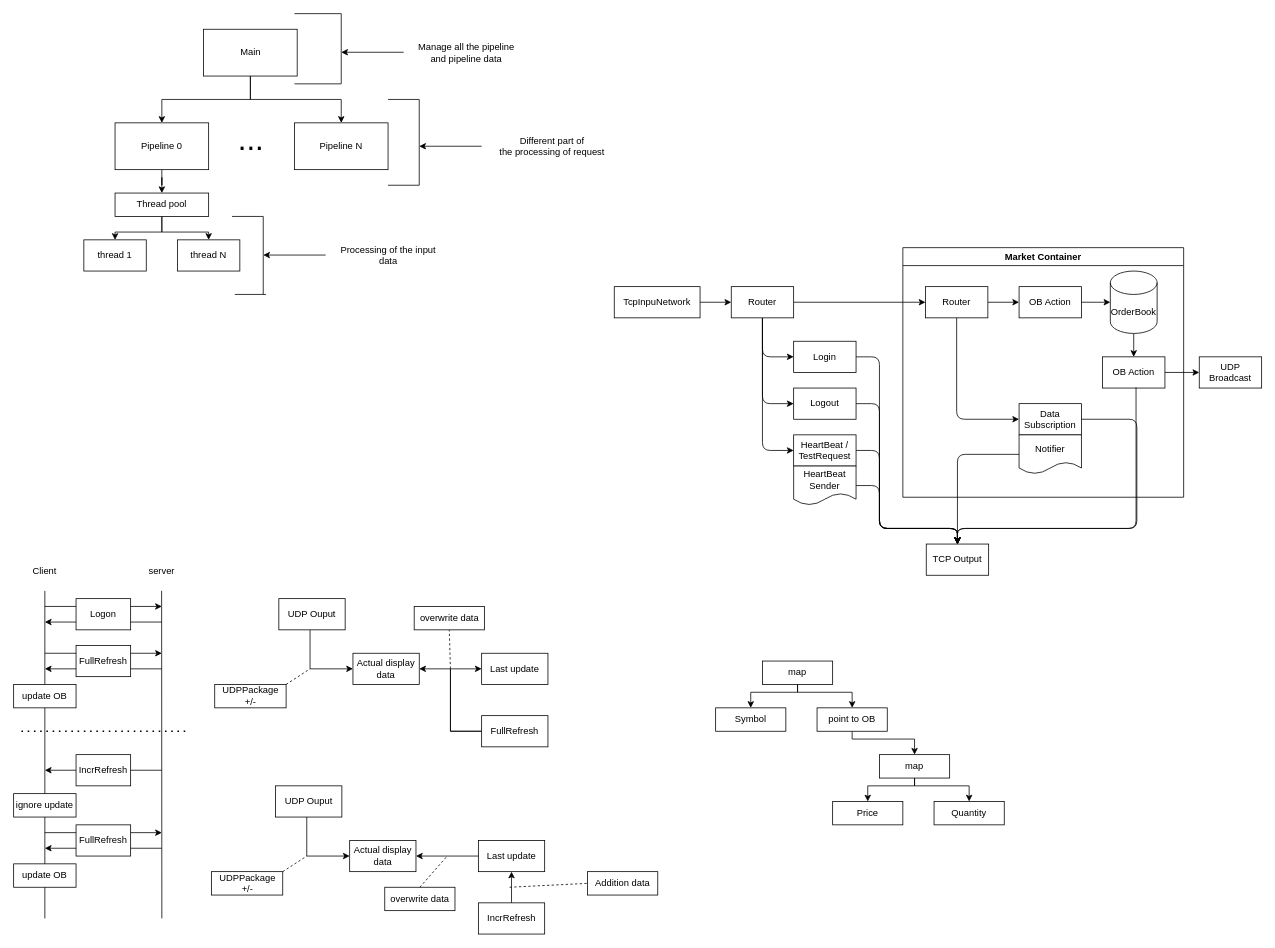
DipStax/FIX4.2-protocol keeps this draw.io diagram as page "Server Archi" (1 of 3) of schema.drawio. Above is the earlier version. Source tidied: cells renumbered, new cells numbered last; positions are measured from the earlier drawing's top-left corner, leaving out a move shared by most shapes. Both pictures are drawn from the tidied source at 78%, with x=0, y=0 at pixel (13, 13).
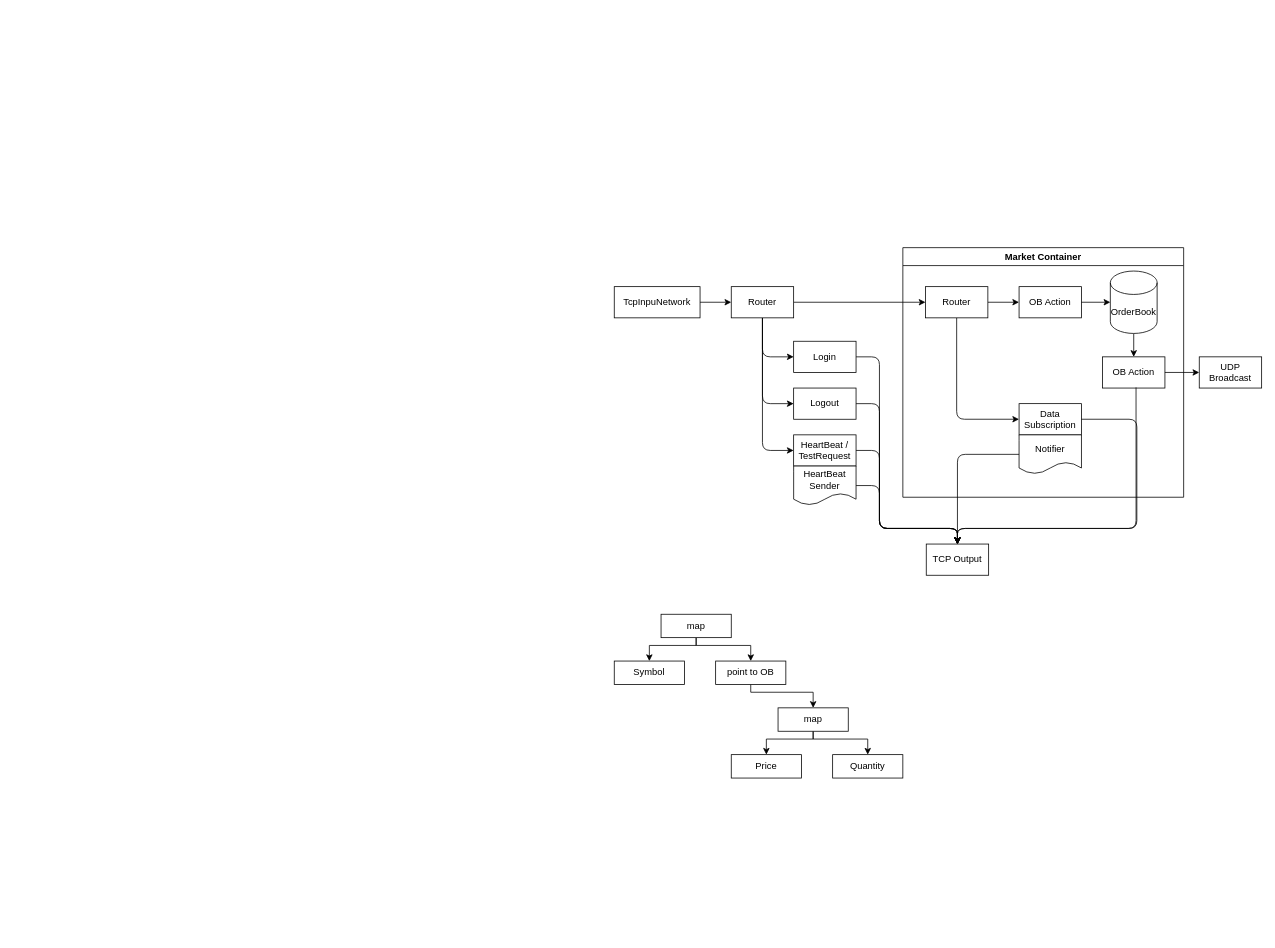
The same page after the edit.

What changed in the source:
```diff
@@
-    <mxCell id="2" style="edgeStyle=orthogonalEdgeStyle;rounded=0;jettySize=auto;html=1;entryX=0.5;entryY=0;entryDx=0;entryDy=0;" parent="1" edge="1" source="4" target="6">
-      <mxGeometry relative="1" as="geometry" />
-    </mxCell>
-    <mxCell id="3" style="edgeStyle=orthogonalEdgeStyle;rounded=0;jettySize=auto;html=1;entryX=0.5;entryY=0;entryDx=0;entryDy=0;" parent="1" edge="1" source="4" target="7">
-      <mxGeometry relative="1" as="geometry" />
-    </mxCell>
-    <mxCell id="4" value="Main" style="rounded=0;whiteSpace=wrap;html=1;" parent="1" vertex="1">
-      <mxGeometry x="243.5" y="20" width="120" height="60" as="geometry" />
-    </mxCell>
-    <mxCell id="5" style="edgeStyle=orthogonalEdgeStyle;rounded=0;jettySize=auto;html=1;entryX=0.5;entryY=0;entryDx=0;entryDy=0;" parent="1" edge="1" source="6" target="11">
-      <mxGeometry relative="1" as="geometry" />
-    </mxCell>
-    <mxCell id="6" value="Pipeline 0" style="rounded=0;whiteSpace=wrap;html=1;" parent="1" vertex="1">
-      <mxGeometry x="130" y="140" width="120" height="60" as="geometry" />
-    </mxCell>
-    <mxCell id="7" value="Pipeline N" style="rounded=0;whiteSpace=wrap;html=1;" parent="1" vertex="1">
-      <mxGeometry x="360" y="140" width="120" height="60" as="geometry" />
-    </mxCell>
-    <mxCell id="8" value="&lt;font style=&quot;font-size: 40px;&quot;&gt;...&lt;/font&gt;" style="text;html=1;align=center;verticalAlign=middle;strokeColor=none;fillColor=none;" parent="1" vertex="1">
-      <mxGeometry x="273.5" y="130" width="60" height="60" as="geometry" />
-    </mxCell>
-    <mxCell id="9" style="edgeStyle=orthogonalEdgeStyle;rounded=0;jettySize=auto;html=1;entryX=0.5;entryY=0;entryDx=0;entryDy=0;" parent="1" edge="1" source="11" target="12">
-      <mxGeometry relative="1" as="geometry" />
-    </mxCell>
-    <mxCell id="10" style="edgeStyle=orthogonalEdgeStyle;rounded=0;jettySize=auto;html=1;entryX=0.5;entryY=0;entryDx=0;entryDy=0;" parent="1" edge="1" source="11" target="13">
-      <mxGeometry relative="1" as="geometry" />
-    </mxCell>
-    <mxCell id="11" value="Thread pool" style="rounded=0;whiteSpace=wrap;html=1;" parent="1" vertex="1">
-      <mxGeometry x="130" y="230" width="120" height="30" as="geometry" />
-    </mxCell>
-    <mxCell id="12" value="thread 1" style="rounded=0;whiteSpace=wrap;html=1;" parent="1" vertex="1">
-      <mxGeometry x="90" y="290" width="80" height="40" as="geometry" />
-    </mxCell>
-    <mxCell id="13" value="thread N" style="rounded=0;whiteSpace=wrap;html=1;" parent="1" vertex="1">
-      <mxGeometry x="210" y="290" width="80" height="40" as="geometry" />
-    </mxCell>
-    <mxCell id="14" style="endArrow=classic;html=1;rounded=0;" parent="1" edge="1">
-      <mxGeometry relative="1" as="geometry">
-        <mxPoint x="600" y="170" as="sourcePoint" />
-        <mxPoint x="520" y="170" as="targetPoint" />
-      </mxGeometry>
-    </mxCell>
-    <mxCell id="15" style="endArrow=none;html=1;rounded=0;" parent="1" edge="1">
-      <mxGeometry relative="1" as="geometry">
-        <mxPoint x="520" y="220" as="sourcePoint" />
-        <mxPoint x="520" y="110" as="targetPoint" />
-      </mxGeometry>
-    </mxCell>
-    <mxCell id="16" style="endArrow=none;html=1;rounded=0;" parent="1" edge="1">
-      <mxGeometry relative="1" as="geometry">
-        <mxPoint x="480" y="110" as="sourcePoint" />
-        <mxPoint x="520" y="110" as="targetPoint" />
-      </mxGeometry>
-    </mxCell>
-    <mxCell id="17" value="Different part of &lt;br&gt;the processing of request" style="text;html=1;align=center;verticalAlign=middle;strokeColor=none;fillColor=none;" parent="1" vertex="1">
-      <mxGeometry x="610" y="150" width="160" height="40" as="geometry" />
-    </mxCell>
-    <mxCell id="18" style="endArrow=none;html=1;rounded=0;" parent="1" edge="1">
-      <mxGeometry relative="1" as="geometry">
-        <mxPoint x="280" y="260" as="sourcePoint" />
-        <mxPoint x="320" y="260" as="targetPoint" />
-      </mxGeometry>
-    </mxCell>
-    <mxCell id="19" style="endArrow=none;html=1;rounded=0;" parent="1" edge="1">
-      <mxGeometry relative="1" as="geometry">
-        <mxPoint x="320" y="360" as="sourcePoint" />
-        <mxPoint x="320" y="260" as="targetPoint" />
-      </mxGeometry>
-    </mxCell>
-    <mxCell id="20" style="endArrow=classic;html=1;rounded=0;" parent="1" edge="1">
-      <mxGeometry relative="1" as="geometry">
-        <mxPoint x="400" y="309.5" as="sourcePoint" />
-        <mxPoint x="320" y="309.5" as="targetPoint" />
-      </mxGeometry>
-    </mxCell>
-    <mxCell id="21" value="Processing of the input&lt;br&gt;data" style="text;html=1;align=center;verticalAlign=middle;strokeColor=none;fillColor=none;" parent="1" vertex="1">
-      <mxGeometry x="405" y="290" width="150" height="40" as="geometry" />
-    </mxCell>
-    <mxCell id="22" style="endArrow=none;html=1;rounded=0;" parent="1" edge="1">
-      <mxGeometry relative="1" as="geometry">
-        <mxPoint x="480" y="220" as="sourcePoint" />
-        <mxPoint x="520" y="220" as="targetPoint" />
-      </mxGeometry>
-    </mxCell>
-    <mxCell id="23" style="endArrow=none;html=1;rounded=0;" parent="1" edge="1">
-      <mxGeometry relative="1" as="geometry">
-        <mxPoint x="360" y="90" as="sourcePoint" />
-        <mxPoint x="420" y="90" as="targetPoint" />
-      </mxGeometry>
-    </mxCell>
-    <mxCell id="24" style="endArrow=none;html=1;rounded=0;" parent="1" edge="1">
-      <mxGeometry relative="1" as="geometry">
-        <mxPoint x="360" as="sourcePoint" />
-        <mxPoint x="420" as="targetPoint" />
-      </mxGeometry>
-    </mxCell>
-    <mxCell id="25" style="endArrow=none;html=1;rounded=0;" parent="1" edge="1">
-      <mxGeometry relative="1" as="geometry">
-        <mxPoint x="420" as="sourcePoint" />
-        <mxPoint x="420" y="90" as="targetPoint" />
-      </mxGeometry>
-    </mxCell>
-    <mxCell id="26" style="endArrow=classic;html=1;rounded=0;" parent="1" edge="1">
-      <mxGeometry relative="1" as="geometry">
-        <mxPoint x="500" y="49.5" as="sourcePoint" />
-        <mxPoint x="420" y="49.5" as="targetPoint" />
-      </mxGeometry>
-    </mxCell>
-    <mxCell id="27" value="Manage all the pipeline&lt;br&gt;and pipeline data" style="text;html=1;align=center;verticalAlign=middle;strokeColor=none;fillColor=none;" parent="1" vertex="1">
-      <mxGeometry x="505" y="30" width="150" height="40" as="geometry" />
-    </mxCell>
-    <mxCell id="28" style="endArrow=none;html=1;rounded=0;" parent="1" edge="1">
-      <mxGeometry relative="1" as="geometry">
-        <mxPoint x="283.5" y="360" as="sourcePoint" />
-        <mxPoint x="323.5" y="360" as="targetPoint" />
-      </mxGeometry>
-    </mxCell>
-    <mxCell id="29" style="endArrow=none;html=1;rounded=0;" parent="1" edge="1">
-      <mxGeometry relative="1" as="geometry">
-        <mxPoint x="40" y="740" as="sourcePoint" />
-        <mxPoint x="40" y="1160" as="targetPoint" />
-      </mxGeometry>
-    </mxCell>
-    <mxCell id="30" style="endArrow=none;html=1;rounded=0;" parent="1" edge="1">
-      <mxGeometry relative="1" as="geometry">
-        <mxPoint x="189.7" y="740" as="sourcePoint" />
-        <mxPoint x="190" y="1160" as="targetPoint" />
-      </mxGeometry>
-    </mxCell>
-    <mxCell id="31" style="endArrow=classic;html=1;rounded=0;" parent="1" edge="1">
-      <mxGeometry relative="1" as="geometry">
-        <mxPoint x="40" y="760" as="sourcePoint" />
-        <mxPoint x="190" y="760" as="targetPoint" />
-      </mxGeometry>
-    </mxCell>
-    <mxCell id="32" style="endArrow=classic;html=1;rounded=0;" parent="1" edge="1">
-      <mxGeometry relative="1" as="geometry">
-        <mxPoint x="190" y="780" as="sourcePoint" />
-        <mxPoint x="40" y="780" as="targetPoint" />
-      </mxGeometry>
-    </mxCell>
-    <mxCell id="33" value="Logon" style="rounded=0;whiteSpace=wrap;html=1;" parent="1" vertex="1">
-      <mxGeometry x="80" y="750" width="70" height="40" as="geometry" />
-    </mxCell>
-    <mxCell id="34" style="endArrow=classic;html=1;rounded=0;" parent="1" edge="1">
-      <mxGeometry relative="1" as="geometry">
-        <mxPoint x="40" y="1050" as="sourcePoint" />
-        <mxPoint x="190" y="1050" as="targetPoint" />
-      </mxGeometry>
-    </mxCell>
-    <mxCell id="35" style="endArrow=classic;html=1;rounded=0;" parent="1" edge="1">
-      <mxGeometry relative="1" as="geometry">
-        <mxPoint x="190" y="1070" as="sourcePoint" />
-        <mxPoint x="40" y="1070" as="targetPoint" />
-      </mxGeometry>
-    </mxCell>
-    <mxCell id="36" value="FullRefresh" style="rounded=0;whiteSpace=wrap;html=1;" parent="1" vertex="1">
-      <mxGeometry x="80" y="1040" width="70" height="40" as="geometry" />
-    </mxCell>
-    <mxCell id="37" style="endArrow=classic;html=1;rounded=0;" parent="1" edge="1">
-      <mxGeometry relative="1" as="geometry">
-        <mxPoint x="190" y="970" as="sourcePoint" />
-        <mxPoint x="40" y="970" as="targetPoint" />
-      </mxGeometry>
-    </mxCell>
-    <mxCell id="38" value="IncrRefresh" style="rounded=0;whiteSpace=wrap;html=1;" parent="1" vertex="1">
-      <mxGeometry x="80" y="950" width="70" height="40" as="geometry" />
-    </mxCell>
-    <mxCell id="39" value="update OB" style="rounded=0;whiteSpace=wrap;html=1;" parent="1" vertex="1">
-      <mxGeometry y="860" width="80" height="30" as="geometry" />
-    </mxCell>
-    <mxCell id="40" style="endArrow=classic;html=1;rounded=0;" parent="1" edge="1">
-      <mxGeometry relative="1" as="geometry">
-        <mxPoint x="40" y="820" as="sourcePoint" />
-        <mxPoint x="190" y="820" as="targetPoint" />
-      </mxGeometry>
-    </mxCell>
-    <mxCell id="41" style="endArrow=classic;html=1;rounded=0;" parent="1" edge="1">
-      <mxGeometry relative="1" as="geometry">
-        <mxPoint x="190" y="840" as="sourcePoint" />
-        <mxPoint x="40" y="840" as="targetPoint" />
-      </mxGeometry>
-    </mxCell>
-    <mxCell id="42" value="FullRefresh" style="rounded=0;whiteSpace=wrap;html=1;" parent="1" vertex="1">
-      <mxGeometry x="80" y="810" width="70" height="40" as="geometry" />
-    </mxCell>
-    <mxCell id="43" value="ignore update" style="rounded=0;whiteSpace=wrap;html=1;" parent="1" vertex="1">
-      <mxGeometry y="1000" width="80" height="30" as="geometry" />
-    </mxCell>
-    <mxCell id="44" value="update OB" style="rounded=0;whiteSpace=wrap;html=1;" parent="1" vertex="1">
-      <mxGeometry y="1090" width="80" height="30" as="geometry" />
-    </mxCell>
-    <mxCell id="45" style="endArrow=none;dashed=1;html=1;dashPattern=1 3;strokeWidth=2;rounded=0;" parent="1" edge="1">
-      <mxGeometry relative="1" as="geometry">
-        <mxPoint x="10" y="920" as="sourcePoint" />
-        <mxPoint x="220" y="920" as="targetPoint" />
-      </mxGeometry>
-    </mxCell>
-    <mxCell id="46" value="Client" style="text;html=1;strokeColor=none;fillColor=none;align=center;verticalAlign=middle;whiteSpace=wrap;rounded=0;" parent="1" vertex="1">
-      <mxGeometry x="10" y="700" width="60" height="30" as="geometry" />
-    </mxCell>
-    <mxCell id="47" value="server" style="text;html=1;strokeColor=none;fillColor=none;align=center;verticalAlign=middle;whiteSpace=wrap;rounded=0;" parent="1" vertex="1">
-      <mxGeometry x="160" y="700" width="60" height="30" as="geometry" />
-    </mxCell>
-    <mxCell id="48" value="Actual display data" style="rounded=0;whiteSpace=wrap;html=1;" parent="1" vertex="1">
-      <mxGeometry x="435" y="820" width="85" height="40" as="geometry" />
-    </mxCell>
-    <mxCell id="49" value="Last update" style="rounded=0;whiteSpace=wrap;html=1;" parent="1" vertex="1">
-      <mxGeometry x="600" y="820" width="85" height="40" as="geometry" />
-    </mxCell>
-    <mxCell id="50" style="edgeStyle=orthogonalEdgeStyle;rounded=0;jettySize=auto;html=1;entryX=1;entryY=0.5;entryDx=0;entryDy=0;" parent="1" edge="1" source="52" target="48">
-      <mxGeometry relative="1" as="geometry" />
-    </mxCell>
-    <mxCell id="51" style="edgeStyle=orthogonalEdgeStyle;rounded=0;jettySize=auto;html=1;entryX=0;entryY=0.5;entryDx=0;entryDy=0;" parent="1" edge="1" source="52" target="49">
-      <mxGeometry relative="1" as="geometry">
-        <Array as="points">
-          <mxPoint x="560" y="920" />
-          <mxPoint x="560" y="840" />
-        </Array>
-      </mxGeometry>
-    </mxCell>
-    <mxCell id="52" value="FullRefresh" style="rounded=0;whiteSpace=wrap;html=1;" parent="1" vertex="1">
-      <mxGeometry x="600" y="900" width="85" height="40" as="geometry" />
-    </mxCell>
-    <mxCell id="53" style="edgeStyle=orthogonalEdgeStyle;rounded=0;jettySize=auto;html=1;entryX=0;entryY=0.5;entryDx=0;entryDy=0;" parent="1" edge="1" source="54" target="48">
-      <mxGeometry relative="1" as="geometry">
-        <Array as="points">
-          <mxPoint x="380" y="840" />
-        </Array>
-      </mxGeometry>
-    </mxCell>
-    <mxCell id="54" value="UDP Ouput" style="rounded=0;whiteSpace=wrap;html=1;" parent="1" vertex="1">
-      <mxGeometry x="340" y="750" width="85" height="40" as="geometry" />
-    </mxCell>
-    <mxCell id="55" value="UDPPackage&lt;br&gt;+/-" style="rounded=0;whiteSpace=wrap;html=1;" parent="1" vertex="1">
-      <mxGeometry x="257.8" y="860" width="91.5" height="30" as="geometry" />
-    </mxCell>
-    <mxCell id="56" style="endArrow=none;dashed=1;html=1;rounded=0;exitX=1;exitY=0;exitDx=0;exitDy=0;" parent="1" edge="1" source="55">
-      <mxGeometry relative="1" as="geometry">
-        <mxPoint x="380" y="840" as="targetPoint" />
-      </mxGeometry>
-    </mxCell>
-    <mxCell id="57" value="Actual display data" style="rounded=0;whiteSpace=wrap;html=1;" parent="1" vertex="1">
-      <mxGeometry x="430.8" y="1060" width="85" height="40" as="geometry" />
-    </mxCell>
-    <mxCell id="58" style="edgeStyle=orthogonalEdgeStyle;rounded=0;jettySize=auto;html=1;entryX=1;entryY=0.5;entryDx=0;entryDy=0;" parent="1" edge="1" source="59" target="57">
-      <mxGeometry relative="1" as="geometry" />
-    </mxCell>
-    <mxCell id="59" value="Last update" style="rounded=0;whiteSpace=wrap;html=1;" parent="1" vertex="1">
-      <mxGeometry x="595.8" y="1060" width="85" height="40" as="geometry" />
-    </mxCell>
-    <mxCell id="60" style="edgeStyle=orthogonalEdgeStyle;rounded=0;jettySize=auto;html=1;entryX=0.5;entryY=1;entryDx=0;entryDy=0;" parent="1" edge="1" source="61" target="59">
-      <mxGeometry relative="1" as="geometry" />
-    </mxCell>
-    <mxCell id="61" value="IncrRefresh" style="rounded=0;whiteSpace=wrap;html=1;" parent="1" vertex="1">
-      <mxGeometry x="595.8" y="1140" width="85" height="40" as="geometry" />
-    </mxCell>
-    <mxCell id="62" style="edgeStyle=orthogonalEdgeStyle;rounded=0;jettySize=auto;html=1;entryX=0;entryY=0.5;entryDx=0;entryDy=0;" parent="1" edge="1" source="63" target="57">
-      <mxGeometry relative="1" as="geometry">
-        <Array as="points">
-          <mxPoint x="375.8" y="1080" />
-        </Array>
-      </mxGeometry>
-    </mxCell>
-    <mxCell id="63" value="UDP Ouput" style="rounded=0;whiteSpace=wrap;html=1;" parent="1" vertex="1">
-      <mxGeometry x="335.8" y="990" width="85" height="40" as="geometry" />
-    </mxCell>
-    <mxCell id="64" value="UDPPackage&lt;br&gt;+/-" style="rounded=0;whiteSpace=wrap;html=1;" parent="1" vertex="1">
-      <mxGeometry x="253.5" y="1100" width="91.5" height="30" as="geometry" />
-    </mxCell>
-    <mxCell id="65" style="endArrow=none;dashed=1;html=1;rounded=0;exitX=1;exitY=0;exitDx=0;exitDy=0;" parent="1" edge="1" source="64">
-      <mxGeometry relative="1" as="geometry">
-        <mxPoint x="375.8" y="1080" as="targetPoint" />
-      </mxGeometry>
-    </mxCell>
-    <mxCell id="66" value="overwrite data" style="rounded=0;whiteSpace=wrap;html=1;" parent="1" vertex="1">
-      <mxGeometry x="475.8" y="1120" width="90" height="30" as="geometry" />
-    </mxCell>
-    <mxCell id="67" style="endArrow=none;dashed=1;html=1;rounded=0;exitX=0.5;exitY=0;exitDx=0;exitDy=0;" parent="1" edge="1" source="66">
-      <mxGeometry relative="1" as="geometry">
-        <mxPoint x="555.8" y="1080" as="targetPoint" />
-      </mxGeometry>
-    </mxCell>
-    <mxCell id="68" value="Addition data" style="rounded=0;whiteSpace=wrap;html=1;" parent="1" vertex="1">
-      <mxGeometry x="735.8" y="1100" width="90" height="30" as="geometry" />
-    </mxCell>
-    <mxCell id="69" style="endArrow=none;dashed=1;html=1;rounded=0;entryX=0;entryY=0.5;entryDx=0;entryDy=0;" parent="1" edge="1" target="68">
-      <mxGeometry relative="1" as="geometry">
-        <mxPoint x="635.8" y="1120" as="sourcePoint" />
-      </mxGeometry>
-    </mxCell>
-    <mxCell id="70" value="overwrite data" style="rounded=0;whiteSpace=wrap;html=1;" parent="1" vertex="1">
-      <mxGeometry x="513.5" y="760" width="90" height="30" as="geometry" />
-    </mxCell>
-    <mxCell id="71" style="endArrow=none;dashed=1;html=1;rounded=0;entryX=0.5;entryY=1;entryDx=0;entryDy=0;" parent="1" edge="1" target="70">
-      <mxGeometry relative="1" as="geometry">
-        <mxPoint x="560" y="840" as="sourcePoint" />
-      </mxGeometry>
-    </mxCell>
     <mxCell id="72" value="Symbol" style="rounded=0;whiteSpace=wrap;html=1;" parent="1" vertex="1">
-      <mxGeometry x="900" y="890" width="90" height="30" as="geometry" />
+      <mxGeometry x="770" y="830" width="90" height="30" as="geometry" />
     </mxCell>
     <mxCell id="73" style="edgeStyle=orthogonalEdgeStyle;rounded=0;jettySize=auto;html=1;entryX=0.5;entryY=0;entryDx=0;entryDy=0;" parent="1" edge="1" source="75" target="72">
       <mxGeometry relative="1" as="geometry">
         <Array as="points">
-          <mxPoint x="1005" y="870" />
-          <mxPoint x="945" y="870" />
+          <mxPoint x="875" y="810" />
+          <mxPoint x="815" y="810" />
         </Array>
       </mxGeometry>
     </mxCell>
     <mxCell id="74" style="edgeStyle=orthogonalEdgeStyle;rounded=0;jettySize=auto;html=1;entryX=0.5;entryY=0;entryDx=0;entryDy=0;" parent="1" edge="1" source="75" target="77">
       <mxGeometry relative="1" as="geometry">
         <Array as="points">
-          <mxPoint x="1005" y="870" />
-          <mxPoint x="1075" y="870" />
+          <mxPoint x="875" y="810" />
+          <mxPoint x="945" y="810" />
         </Array>
       </mxGeometry>
     </mxCell>
     <mxCell id="75" value="map" style="rounded=0;whiteSpace=wrap;html=1;" parent="1" vertex="1">
-      <mxGeometry x="960" y="830" width="90" height="30" as="geometry" />
+      <mxGeometry x="830" y="770" width="90" height="30" as="geometry" />
     </mxCell>
     <mxCell id="76" style="edgeStyle=orthogonalEdgeStyle;rounded=0;jettySize=auto;html=1;" parent="1" edge="1" source="77" target="80">
       <mxGeometry relative="1" as="geometry">
         <Array as="points">
-          <mxPoint x="1075" y="930" />
-          <mxPoint x="1155" y="930" />
+          <mxPoint x="945" y="870" />
+          <mxPoint x="1025" y="870" />
         </Array>
       </mxGeometry>
     </mxCell>
     <mxCell id="77" value="point to OB" style="rounded=0;whiteSpace=wrap;html=1;" parent="1" vertex="1">
-      <mxGeometry x="1030" y="890" width="90" height="30" as="geometry" />
+      <mxGeometry x="900" y="830" width="90" height="30" as="geometry" />
     </mxCell>
     <mxCell id="78" style="edgeStyle=orthogonalEdgeStyle;rounded=0;jettySize=auto;html=1;entryX=0.5;entryY=0;entryDx=0;entryDy=0;" parent="1" edge="1" source="80" target="81">
       <mxGeometry relative="1" as="geometry">
         <Array as="points">
-          <mxPoint x="1155" y="990" />
-          <mxPoint x="1095" y="990" />
+          <mxPoint x="1025" y="930" />
+          <mxPoint x="965" y="930" />
         </Array>
       </mxGeometry>
     </mxCell>
     <mxCell id="79" style="edgeStyle=orthogonalEdgeStyle;rounded=0;jettySize=auto;html=1;entryX=0.5;entryY=0;entryDx=0;entryDy=0;" parent="1" edge="1" source="80" target="82">
       <mxGeometry relative="1" as="geometry">
         <Array as="points">
-          <mxPoint x="1155" y="990" />
-          <mxPoint x="1225" y="990" />
+          <mxPoint x="1025" y="930" />
+          <mxPoint x="1095" y="930" />
         </Array>
       </mxGeometry>
     </mxCell>
     <mxCell id="80" value="map" style="rounded=0;whiteSpace=wrap;html=1;" parent="1" vertex="1">
-      <mxGeometry x="1110" y="950" width="90" height="30" as="geometry" />
+      <mxGeometry x="980" y="890" width="90" height="30" as="geometry" />
     </mxCell>
     <mxCell id="81" value="Price" style="rounded=0;whiteSpace=wrap;html=1;" parent="1" vertex="1">
-      <mxGeometry x="1050" y="1010" width="90" height="30" as="geometry" />
+      <mxGeometry x="920" y="950" width="90" height="30" as="geometry" />
     </mxCell>
     <mxCell id="82" value="Quantity" style="rounded=0;whiteSpace=wrap;html=1;" parent="1" vertex="1">
-      <mxGeometry x="1180" y="1010" width="90" height="30" as="geometry" />
+      <mxGeometry x="1050" y="950" width="90" height="30" as="geometry" />
     </mxCell>
```
